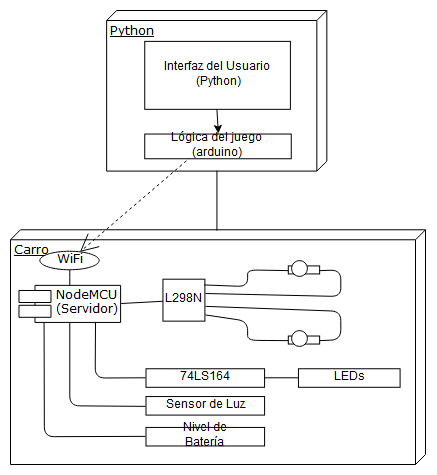
SlimeVRS/Proyecto-II-Ahorro-de-Energ-a-y-Telemetr-a keeps this draw.io diagram as Diagrama de modulo.png. Above is the earlier version. Source tidied: cells renumbered, new cells last; positions are measured from the earlier drawing's top-left corner, leaving out a move shared by most shapes.
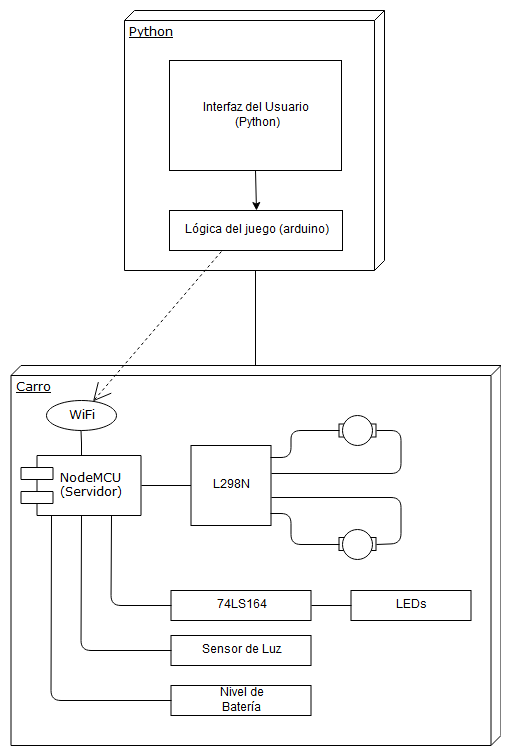
After the change.

What changed in the source:
```diff
@@ -2,122 +2,119 @@
   <root>
     <mxCell id="0" />
     <mxCell id="1" parent="0" />
-    <mxCell id="2" style="group;" parent="1" vertex="1">
-      <mxGeometry width="415" height="454" as="geometry" />
-    </mxCell>
-    <mxCell id="3" value="Carro" style="verticalAlign=top;align=left;spacingTop=8;spacingLeft=2;spacingRight=12;shape=cube;size=10;direction=south;fontStyle=4;html=1;rounded=0;shadow=0;comic=0;labelBackgroundColor=none;strokeColor=#000000;strokeWidth=1;fillColor=#ffffff;fontFamily=Verdana;fontSize=12;fontColor=#000000;" parent="2" vertex="1">
-      <mxGeometry y="219.3" width="415" height="234.7" as="geometry" />
+    <mxCell id="3" value="Carro" style="verticalAlign=top;align=left;spacingTop=8;spacingLeft=2;spacingRight=12;shape=cube;size=10;direction=south;fontStyle=4;html=1;rounded=0;shadow=0;comic=0;labelBackgroundColor=none;strokeColor=#000000;strokeWidth=1;fillColor=#ffffff;fontFamily=Verdana;fontSize=12;fontColor=#000000;" parent="1" vertex="1">
+      <mxGeometry x="-58.5" y="219" width="490" height="380" as="geometry" />
     </mxCell>
-    <mxCell id="4" value="Python" style="verticalAlign=top;align=left;spacingTop=8;spacingLeft=2;spacingRight=12;shape=cube;size=10;direction=south;fontStyle=4;html=1;rounded=0;shadow=0;comic=0;labelBackgroundColor=none;strokeColor=#000000;strokeWidth=1;fillColor=#ffffff;fontFamily=Verdana;fontSize=12;fontColor=#000000;" parent="2" vertex="1">
-      <mxGeometry x="96.1" width="220.2" height="160.6" as="geometry" />
+    <mxCell id="4" value="Python" style="verticalAlign=top;align=left;spacingTop=8;spacingLeft=2;spacingRight=12;shape=cube;size=10;direction=south;fontStyle=4;html=1;rounded=0;shadow=0;comic=0;labelBackgroundColor=none;strokeColor=#000000;strokeWidth=1;fillColor=#ffffff;fontFamily=Verdana;fontSize=12;fontColor=#000000;" parent="1" vertex="1">
+      <mxGeometry x="55" y="-136" width="260" height="260" as="geometry" />
     </mxCell>
-    <mxCell id="5" value="&lt;div&gt;NodeMCU&lt;/div&gt;&lt;div&gt;(Servidor)&lt;br&gt;&lt;/div&gt;" style="shape=component;align=left;spacingLeft=36;rounded=0;shadow=0;comic=0;labelBackgroundColor=none;strokeColor=#000000;strokeWidth=1;fillColor=#ffffff;fontFamily=Verdana;fontSize=12;fontColor=#000000;html=1;" parent="2" vertex="1">
-      <mxGeometry x="8.5" y="274.9" width="101.6" height="37.1" as="geometry" />
+    <mxCell id="5" value="&lt;div&gt;NodeMCU&lt;/div&gt;&lt;div&gt;(Servidor)&lt;br&gt;&lt;/div&gt;" style="shape=component;align=left;spacingLeft=36;rounded=0;shadow=0;comic=0;labelBackgroundColor=none;strokeColor=#000000;strokeWidth=1;fillColor=#ffffff;fontFamily=Verdana;fontSize=12;fontColor=#000000;html=1;" parent="1" vertex="1">
+      <mxGeometry x="-48.5" y="309" width="120" height="60" as="geometry" />
     </mxCell>
-    <mxCell id="6" value="WiFi" style="ellipse;whiteSpace=wrap;html=1;rounded=0;shadow=0;comic=0;labelBackgroundColor=none;strokeColor=#000000;strokeWidth=1;fillColor=#ffffff;fontFamily=Verdana;fontSize=12;fontColor=#000000;align=center;" parent="2" vertex="1">
-      <mxGeometry x="29.6" y="240.9" width="59.3" height="18.5" as="geometry" />
+    <mxCell id="6" value="WiFi" style="ellipse;whiteSpace=wrap;html=1;rounded=0;shadow=0;comic=0;labelBackgroundColor=none;strokeColor=#000000;strokeWidth=1;fillColor=#ffffff;fontFamily=Verdana;fontSize=12;fontColor=#000000;align=center;" parent="1" vertex="1">
+      <mxGeometry x="-23.5" y="254" width="70" height="30" as="geometry" />
     </mxCell>
-    <mxCell id="7" style="edgeStyle=none;rounded=0;html=1;dashed=1;labelBackgroundColor=none;startArrow=none;startFill=0;startSize=8;endArrow=open;endFill=0;endSize=16;fontFamily=Verdana;fontSize=12;exitX=0.5;exitY=0;exitDx=0;exitDy=0;" parent="2" edge="1" source="9" target="6">
+    <mxCell id="7" style="edgeStyle=none;rounded=0;html=1;dashed=1;labelBackgroundColor=none;startArrow=none;startFill=0;startSize=8;endArrow=open;endFill=0;endSize=16;fontFamily=Verdana;fontSize=12;exitX=0.5;exitY=0;exitDx=0;exitDy=0;" parent="1" edge="1" source="9" target="6">
       <mxGeometry relative="1" as="geometry" />
     </mxCell>
-    <mxCell id="8" style="edgeStyle=elbowEdgeStyle;rounded=0;html=1;labelBackgroundColor=none;startArrow=none;startFill=0;startSize=8;endArrow=none;endFill=0;endSize=16;fontFamily=Verdana;fontSize=12;" parent="2" edge="1" source="6" target="5">
+    <mxCell id="8" style="edgeStyle=elbowEdgeStyle;rounded=0;html=1;labelBackgroundColor=none;startArrow=none;startFill=0;startSize=8;endArrow=none;endFill=0;endSize=16;fontFamily=Verdana;fontSize=12;" parent="1" edge="1" source="6" target="5">
       <mxGeometry relative="1" as="geometry" />
     </mxCell>
-    <mxCell id="9" value="Lógica del juego (arduino)" style="rounded=0;whiteSpace=wrap;html=1;" parent="2" vertex="1">
-      <mxGeometry x="134.2" y="123.5" width="146.5" height="24.7" as="geometry" />
+    <mxCell id="9" value="Lógica del juego (arduino)" style="rounded=0;whiteSpace=wrap;html=1;" parent="1" vertex="1">
+      <mxGeometry x="100" y="64" width="173" height="40" as="geometry" />
     </mxCell>
-    <mxCell id="10" value="&lt;div&gt;Interfaz del Usuario&lt;/div&gt;&lt;div&gt;&amp;nbsp;(Python)&lt;/div&gt;" style="rounded=0;whiteSpace=wrap;html=1;" parent="2" vertex="1">
-      <mxGeometry x="134.2" y="30.9" width="145.7" height="67.9" as="geometry" />
+    <mxCell id="10" value="&lt;div&gt;Interfaz del Usuario&lt;/div&gt;&lt;div&gt;&amp;nbsp;(Python)&lt;/div&gt;" style="rounded=0;whiteSpace=wrap;html=1;" parent="1" vertex="1">
+      <mxGeometry x="100" y="-86" width="172" height="110" as="geometry" />
     </mxCell>
-    <mxCell id="11" style="endArrow=classic;html=1;entryX=0.5;entryY=0;entryDx=0;entryDy=0;exitX=0.5;exitY=1;exitDx=0;exitDy=0;" parent="2" edge="1" source="10" target="9">
+    <mxCell id="11" style="endArrow=classic;html=1;entryX=0.5;entryY=0;entryDx=0;entryDy=0;exitX=0.5;exitY=1;exitDx=0;exitDy=0;" parent="1" edge="1" source="10" target="9">
       <mxGeometry relative="1" as="geometry" />
     </mxCell>
-    <mxCell id="12" style="endArrow=none;html=1;entryX=1.001;entryY=0.497;entryDx=0;entryDy=0;entryPerimeter=0;exitX=0.001;exitY=0.501;exitDx=0;exitDy=0;exitPerimeter=0;" parent="2" edge="1" source="3" target="4">
+    <mxCell id="12" style="endArrow=none;html=1;entryX=1.001;entryY=0.497;entryDx=0;entryDy=0;entryPerimeter=0;exitX=0.001;exitY=0.501;exitDx=0;exitDy=0;exitPerimeter=0;" parent="1" edge="1" source="3" target="4">
       <mxGeometry relative="1" as="geometry" />
     </mxCell>
-    <mxCell id="13" value="L298N" style="whiteSpace=wrap;html=1;" parent="2" vertex="1">
-      <mxGeometry x="152.4" y="268.7" width="42" height="42" as="geometry" />
+    <mxCell id="13" value="L298N" style="whiteSpace=wrap;html=1;" parent="1" vertex="1">
+      <mxGeometry x="121.5" y="299" width="80" height="80" as="geometry" />
     </mxCell>
-    <mxCell id="14" style="endArrow=none;html=1;exitX=1;exitY=0.5;exitDx=0;exitDy=0;" parent="2" edge="1" source="5" target="13">
+    <mxCell id="14" style="endArrow=none;html=1;exitX=1;exitY=0.5;exitDx=0;exitDy=0;" parent="1" edge="1" source="5" target="13">
       <mxGeometry relative="1" as="geometry" />
     </mxCell>
-    <mxCell id="15" style="rounded=0;whiteSpace=wrap;html=1;" parent="2" vertex="1">
-      <mxGeometry x="277.8" y="255.4" width="31.3" height="8" as="geometry" />
+    <mxCell id="15" style="rounded=0;whiteSpace=wrap;html=1;" parent="1" vertex="1">
+      <mxGeometry x="269.5" y="277.5" width="37" height="13" as="geometry" />
     </mxCell>
-    <mxCell id="16" style="ellipse;whiteSpace=wrap;html=1;" parent="2" vertex="1">
-      <mxGeometry x="280.8" y="250.2" width="15.7" height="15.7" as="geometry" />
+    <mxCell id="16" style="ellipse;whiteSpace=wrap;html=1;" parent="1" vertex="1">
+      <mxGeometry x="273" y="269" width="30" height="30" as="geometry" />
     </mxCell>
-    <mxCell id="17" style="rounded=0;whiteSpace=wrap;html=1;" parent="2" vertex="1">
-      <mxGeometry x="277.8" y="325.5" width="31.3" height="8" as="geometry" />
+    <mxCell id="17" style="rounded=0;whiteSpace=wrap;html=1;" parent="1" vertex="1">
+      <mxGeometry x="269.5" y="391" width="37" height="13" as="geometry" />
     </mxCell>
-    <mxCell id="18" style="ellipse;whiteSpace=wrap;html=1;" parent="2" vertex="1">
-      <mxGeometry x="280.8" y="320.3" width="15.7" height="15.7" as="geometry" />
+    <mxCell id="18" style="ellipse;whiteSpace=wrap;html=1;" parent="1" vertex="1">
+      <mxGeometry x="273" y="382.5" width="30" height="30" as="geometry" />
     </mxCell>
-    <mxCell id="19" style="endArrow=none;html=1;entryX=0;entryY=0.5;entryDx=0;entryDy=0;exitX=0.994;exitY=0.148;exitDx=0;exitDy=0;exitPerimeter=0;" parent="2" edge="1" source="13" target="15">
+    <mxCell id="19" style="endArrow=none;html=1;entryX=0;entryY=0.5;entryDx=0;entryDy=0;exitX=0.994;exitY=0.148;exitDx=0;exitDy=0;exitPerimeter=0;" parent="1" edge="1" source="13" target="15">
       <mxGeometry relative="1" as="geometry">
         <Array as="points">
-          <mxPoint x="237.1" y="276.1" />
-          <mxPoint x="237.1" y="259.4" />
+          <mxPoint x="221.5" y="311" />
+          <mxPoint x="221.5" y="284" />
         </Array>
       </mxGeometry>
     </mxCell>
-    <mxCell id="20" style="endArrow=none;html=1;entryX=0;entryY=0.5;entryDx=0;entryDy=0;exitX=0.999;exitY=0.852;exitDx=0;exitDy=0;exitPerimeter=0;" parent="2" edge="1" source="13" target="17">
+    <mxCell id="20" style="endArrow=none;html=1;entryX=0;entryY=0.5;entryDx=0;entryDy=0;exitX=0.999;exitY=0.852;exitDx=0;exitDy=0;exitPerimeter=0;" parent="1" edge="1" source="13" target="17">
       <mxGeometry relative="1" as="geometry">
         <Array as="points">
-          <mxPoint x="237.1" y="310.7" />
-          <mxPoint x="237.1" y="329.8" />
+          <mxPoint x="221.5" y="367" />
+          <mxPoint x="221.5" y="398" />
         </Array>
       </mxGeometry>
     </mxCell>
-    <mxCell id="21" style="endArrow=none;html=1;exitX=1;exitY=0.5;exitDx=0;exitDy=0;entryX=1;entryY=0.65;entryDx=0;entryDy=0;entryPerimeter=0;" parent="2" edge="1" source="17" target="13">
+    <mxCell id="21" style="endArrow=none;html=1;exitX=1;exitY=0.5;exitDx=0;exitDy=0;entryX=1;entryY=0.65;entryDx=0;entryDy=0;entryPerimeter=0;" parent="1" edge="1" source="17" target="13">
       <mxGeometry relative="1" as="geometry">
         <Array as="points">
-          <mxPoint x="330.3" y="329.2" />
-          <mxPoint x="330.3" y="300.8" />
+          <mxPoint x="331.5" y="397" />
+          <mxPoint x="331.5" y="351" />
         </Array>
       </mxGeometry>
     </mxCell>
-    <mxCell id="22" style="endArrow=none;html=1;entryX=1;entryY=0.345;entryDx=0;entryDy=0;entryPerimeter=0;exitX=1;exitY=0.5;exitDx=0;exitDy=0;" parent="2" edge="1" source="15" target="13">
+    <mxCell id="22" style="endArrow=none;html=1;entryX=1;entryY=0.345;entryDx=0;entryDy=0;entryPerimeter=0;exitX=1;exitY=0.5;exitDx=0;exitDy=0;" parent="1" edge="1" source="15" target="13">
       <mxGeometry relative="1" as="geometry">
         <Array as="points">
-          <mxPoint x="330.3" y="259.4" />
-          <mxPoint x="330.3" y="286" />
+          <mxPoint x="331.5" y="284" />
+          <mxPoint x="331.5" y="327" />
         </Array>
       </mxGeometry>
     </mxCell>
-    <mxCell id="23" value="74LS164" style="rounded=0;whiteSpace=wrap;html=1;" parent="2" vertex="1">
-      <mxGeometry x="135.5" y="358.3" width="118.6" height="18.5" as="geometry" />
+    <mxCell id="23" value="74LS164" style="rounded=0;whiteSpace=wrap;html=1;" parent="1" vertex="1">
+      <mxGeometry x="101.5" y="444" width="140" height="30" as="geometry" />
     </mxCell>
-    <mxCell id="24" style="endArrow=none;html=1;entryX=0;entryY=0.5;entryDx=0;entryDy=0;exitX=0.75;exitY=1;exitDx=0;exitDy=0;" parent="2" edge="1" source="5" target="23">
+    <mxCell id="24" style="endArrow=none;html=1;entryX=0;entryY=0.5;entryDx=0;entryDy=0;exitX=0.75;exitY=1;exitDx=0;exitDy=0;" parent="1" edge="1" source="5" target="23">
       <mxGeometry relative="1" as="geometry">
         <Array as="points">
-          <mxPoint x="84.7" y="367.5" />
+          <mxPoint x="41.5" y="459" />
         </Array>
       </mxGeometry>
     </mxCell>
-    <mxCell id="25" value="LEDs" style="rounded=0;whiteSpace=wrap;html=1;" parent="2" vertex="1">
-      <mxGeometry x="288" y="358.3" width="101.6" height="18.5" as="geometry" />
+    <mxCell id="25" value="LEDs" style="rounded=0;whiteSpace=wrap;html=1;" parent="1" vertex="1">
+      <mxGeometry x="281.5" y="444" width="120" height="30" as="geometry" />
     </mxCell>
-    <mxCell id="26" style="endArrow=none;html=1;entryX=0;entryY=0.5;entryDx=0;entryDy=0;exitX=1;exitY=0.5;exitDx=0;exitDy=0;" parent="2" edge="1" source="23" target="25">
+    <mxCell id="26" style="endArrow=none;html=1;entryX=0;entryY=0.5;entryDx=0;entryDy=0;exitX=1;exitY=0.5;exitDx=0;exitDy=0;" parent="1" edge="1" source="23" target="25">
       <mxGeometry relative="1" as="geometry" />
     </mxCell>
-    <mxCell id="27" value="Sensor de Luz" style="rounded=0;whiteSpace=wrap;html=1;" parent="2" vertex="1">
-      <mxGeometry x="135.5" y="386.1" width="118.6" height="18.5" as="geometry" />
+    <mxCell id="27" value="Sensor de Luz" style="rounded=0;whiteSpace=wrap;html=1;" parent="1" vertex="1">
+      <mxGeometry x="101.5" y="489" width="140" height="30" as="geometry" />
     </mxCell>
-    <mxCell id="28" style="endArrow=none;html=1;entryX=0;entryY=0.5;entryDx=0;entryDy=0;exitX=0.5;exitY=1;exitDx=0;exitDy=0;" parent="2" edge="1" source="5" target="27">
+    <mxCell id="28" style="endArrow=none;html=1;entryX=0;entryY=0.5;entryDx=0;entryDy=0;exitX=0.5;exitY=1;exitDx=0;exitDy=0;" parent="1" edge="1" source="5" target="27">
       <mxGeometry relative="1" as="geometry">
         <Array as="points">
-          <mxPoint x="59.3" y="395.3" />
+          <mxPoint x="11.5" y="504" />
         </Array>
       </mxGeometry>
     </mxCell>
-    <mxCell id="29" value="&lt;div&gt;Nivel de&lt;/div&gt;&lt;div&gt;Batería&lt;br&gt;&lt;/div&gt;" style="rounded=0;whiteSpace=wrap;html=1;" parent="2" vertex="1">
-      <mxGeometry x="135.5" y="416.9" width="118.6" height="18.5" as="geometry" />
+    <mxCell id="29" value="&lt;div&gt;Nivel de&lt;/div&gt;&lt;div&gt;Batería&lt;br&gt;&lt;/div&gt;" style="rounded=0;whiteSpace=wrap;html=1;" parent="1" vertex="1">
+      <mxGeometry x="101.5" y="539" width="140" height="30" as="geometry" />
     </mxCell>
-    <mxCell id="30" style="endArrow=none;html=1;entryX=0;entryY=0.5;entryDx=0;entryDy=0;exitX=0.25;exitY=1;exitDx=0;exitDy=0;" parent="2" edge="1" source="5" target="29">
+    <mxCell id="30" style="endArrow=none;html=1;entryX=0;entryY=0.5;entryDx=0;entryDy=0;exitX=0.25;exitY=1;exitDx=0;exitDy=0;" parent="1" edge="1" source="5" target="29">
       <mxGeometry relative="1" as="geometry">
         <Array as="points">
-          <mxPoint x="33.9" y="426.2" />
+          <mxPoint x="-18.5" y="554" />
         </Array>
       </mxGeometry>
     </mxCell>
```
